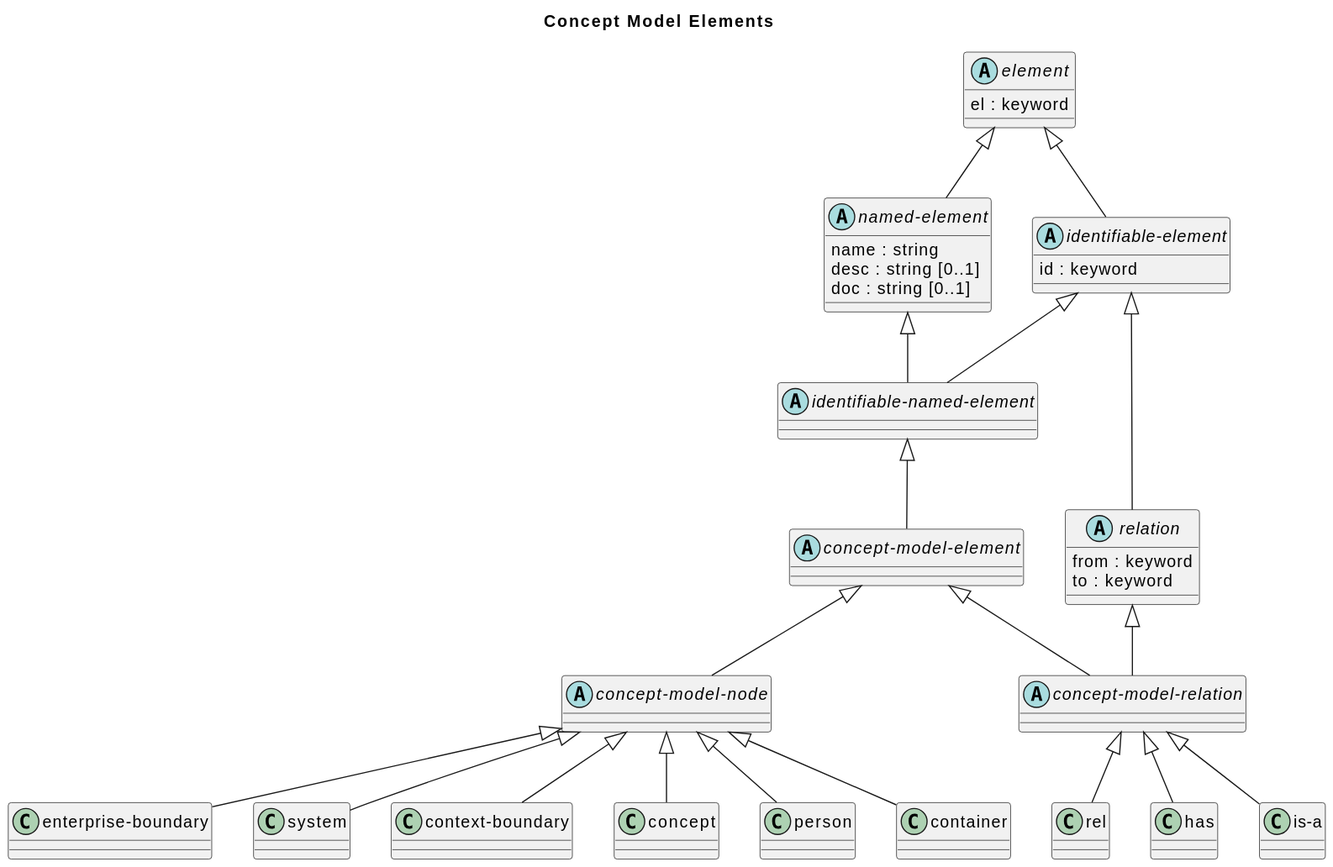
soulspace-org/overarch keeps this PlantUML diagram as doc/images/overarch/data-model/concept-model-elements.svg. Above is the earlier version.
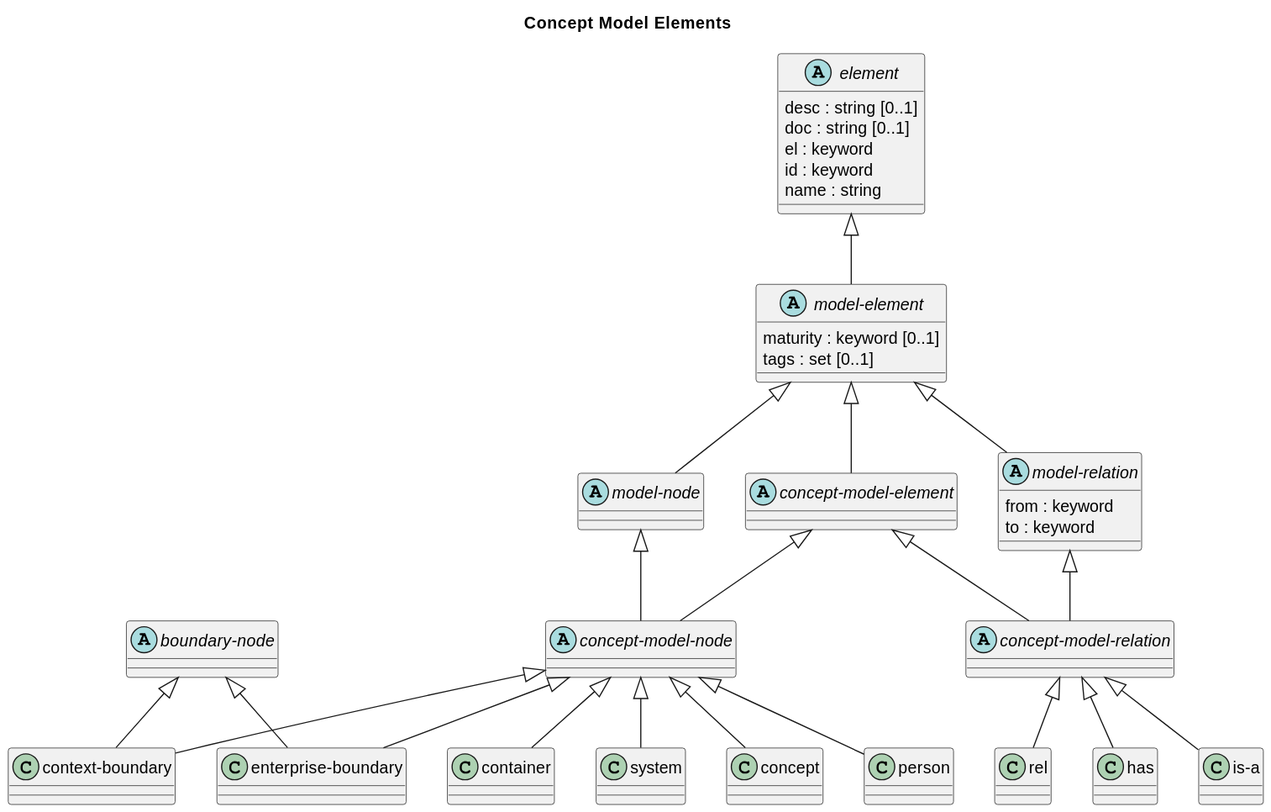
Later version of the same file.

Commit message:
updated data-model diagrams

Change to the diagram source:
```diff
@@ -1,50 +1,52 @@
 @startuml
 title Concept Model Elements
 
-abstract class "identifiable-named-element" as overarch_dataModel_identifiableNamedElement {}
 class "enterprise-boundary" as overarch_dataModel_enterpriseBoundary {}
 class "system" as overarch_dataModel_system {}
 abstract class "concept-model-element" as overarch_dataModel_conceptModelElement {}
+abstract class "element" as overarch_dataModel_element {
+  desc : string [0..1]
+  doc : string [0..1]
+  el : keyword
+  id : keyword
+  name : string
+}
 class "rel" as overarch_dataModel_rel {}
-abstract class "element" as overarch_dataModel_element {
-  el : keyword
-}
-abstract class "relation" as overarch_dataModel_relation {
+class "context-boundary" as overarch_dataModel_contextBoundary {}
+class "concept" as overarch_dataModel_concept {}
+class "has" as overarch_dataModel_has {}
+abstract class "concept-model-node" as overarch_dataModel_conceptModelNode {}
+abstract class "model-node" as overarch_dataModel_modelNode {}
+abstract class "model-relation" as overarch_dataModel_modelRelation {
   from : keyword
   to : keyword
 }
-class "context-boundary" as overarch_dataModel_contextBoundary {}
-class "concept" as overarch_dataModel_concept {}
-class "has" as overarch_dataModel_has {}
-abstract class "named-element" as overarch_dataModel_namedElement {
-  name : string
-  desc : string [0..1]
-  doc : string [0..1]
-}
-abstract class "concept-model-node" as overarch_dataModel_conceptModelNode {}
-abstract class "identifiable-element" as overarch_dataModel_identifiableElement {
-  id : keyword
+abstract class "boundary-node" as overarch_dataModel_boundaryNode {}
+abstract class "model-element" as overarch_dataModel_modelElement {
+  maturity : keyword [0..1]
+  tags : set [0..1]
 }
 abstract class "concept-model-relation" as overarch_dataModel_conceptModelRelation {}
 class "person" as overarch_dataModel_person {}
 class "container" as overarch_dataModel_container {}
 class "is-a" as overarch_dataModel_isA {}
-overarch_dataModel_element <|-- overarch_dataModel_identifiableElement
-overarch_dataModel_element <|-- overarch_dataModel_namedElement
-overarch_dataModel_identifiableElement <|-- overarch_dataModel_identifiableNamedElement
-overarch_dataModel_namedElement <|-- overarch_dataModel_identifiableNamedElement
-overarch_dataModel_identifiableElement <|-- overarch_dataModel_relation
-overarch_dataModel_identifiableNamedElement <|-- overarch_dataModel_conceptModelElement
+overarch_dataModel_element <|-- overarch_dataModel_modelElement
+overarch_dataModel_boundaryNode <|-- overarch_dataModel_contextBoundary
+overarch_dataModel_modelElement <|-- overarch_dataModel_modelNode
+overarch_dataModel_boundaryNode <|-- overarch_dataModel_enterpriseBoundary
+overarch_dataModel_modelElement <|-- overarch_dataModel_modelRelation
+overarch_dataModel_conceptModelRelation <|-- overarch_dataModel_rel
+overarch_dataModel_conceptModelRelation <|-- overarch_dataModel_has
 overarch_dataModel_conceptModelElement <|-- overarch_dataModel_conceptModelNode
-overarch_dataModel_conceptModelElement <|-- overarch_dataModel_conceptModelRelation
-overarch_dataModel_relation <|-- overarch_dataModel_conceptModelRelation
+overarch_dataModel_modelNode <|-- overarch_dataModel_conceptModelNode
+overarch_dataModel_conceptModelNode <|-- overarch_dataModel_container
+overarch_dataModel_conceptModelNode <|-- overarch_dataModel_enterpriseBoundary
+overarch_dataModel_modelElement <|-- overarch_dataModel_conceptModelElement
+overarch_dataModel_conceptModelRelation <|-- overarch_dataModel_isA
 overarch_dataModel_conceptModelNode <|-- overarch_dataModel_concept
-overarch_dataModel_conceptModelNode <|-- overarch_dataModel_enterpriseBoundary
+overarch_dataModel_modelRelation <|-- overarch_dataModel_conceptModelRelation
 overarch_dataModel_conceptModelNode <|-- overarch_dataModel_contextBoundary
 overarch_dataModel_conceptModelNode <|-- overarch_dataModel_person
+overarch_dataModel_conceptModelElement <|-- overarch_dataModel_conceptModelRelation
 overarch_dataModel_conceptModelNode <|-- overarch_dataModel_system
-overarch_dataModel_conceptModelNode <|-- overarch_dataModel_container
-overarch_dataModel_conceptModelRelation <|-- overarch_dataModel_isA
-overarch_dataModel_conceptModelRelation <|-- overarch_dataModel_has
-overarch_dataModel_conceptModelRelation <|-- overarch_dataModel_rel
 @enduml
```
